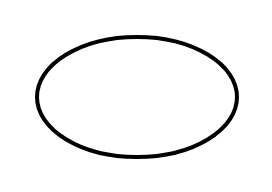
Earlier version of the draw.io diagram Adicional_Salario.drawio (mayliarratia12-tech/PTIC). Source tidied: cells renumbered, new cells numbered last; positions are measured from the earlier drawing's top-left corner, leaving out a move shared by most shapes. Both pictures are drawn from the tidied source at 200%, with x=0, y=0 at pixel (36, 36).
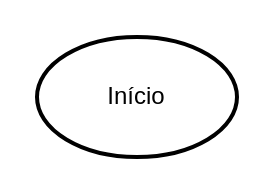
The same diagram, later.

Change to the diagram source:
```diff
@@
 <mxGraphModel>
   <root>
     <mxCell id="0" />
     <mxCell id="1" parent="0" />
-    <mxCell id="2" style="strokeWidth=2;html=1;shape=mxgraph.flowchart.start_1;whiteSpace=wrap;" parent="1" vertex="1">
+    <mxCell id="2" value="Início" style="strokeWidth=2;html=1;shape=mxgraph.flowchart.start_1;whiteSpace=wrap;" parent="1" vertex="1">
       <mxGeometry width="100" height="60" as="geometry" />
     </mxCell>
   </root>
 </mxGraphModel>
```
